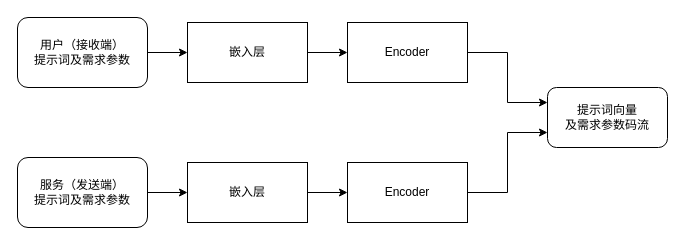
hrf666666/FlowCharts keeps this draw.io diagram as 提示词及需求参数编码模块_视频.drawio. Above is the earlier version. Source tidied: cells renumbered, new cells numbered last; positions are measured from the earlier drawing's top-left corner, leaving out a move shared by most shapes. Both pictures are drawn from the tidied source at 100%, with x=0, y=0 at pixel (17, 17).
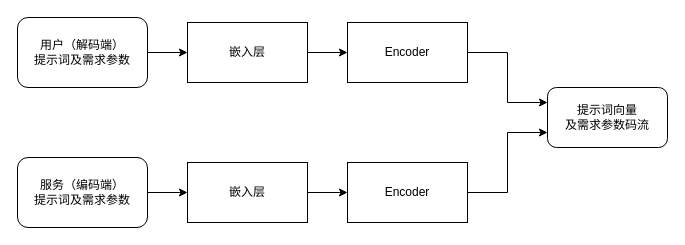
Above is the later version.

Commit message:
更新提示词及需求参数编码模块_视频.drawio

Diff of the diagram source:
```diff
@@
 <mxGraphModel>
   <root>
     <mxCell id="0" />
     <mxCell id="1" parent="0" />
     <mxCell id="2" style="edgeStyle=orthogonalEdgeStyle;rounded=0;jettySize=auto;html=1;entryX=0;entryY=0.5;entryDx=0;entryDy=0;" parent="1" edge="1" source="3" target="12">
       <mxGeometry relative="1" as="geometry" />
     </mxCell>
-    <mxCell id="3" value="用户（接收端）&lt;div&gt;提示词及&lt;span style=&quot;background-color: initial;&quot;&gt;需求参数&lt;/span&gt;&lt;/div&gt;" style="rounded=1;whiteSpace=wrap;html=1;" parent="1" vertex="1">
+    <mxCell id="3" value="用户（解码端）&lt;div&gt;提示词及&lt;span style=&quot;background-color: initial;&quot;&gt;需求参数&lt;/span&gt;&lt;/div&gt;" style="rounded=1;whiteSpace=wrap;html=1;" parent="1" vertex="1">
       <mxGeometry width="130" height="70" as="geometry" />
     </mxCell>
     <mxCell id="4" style="edgeStyle=orthogonalEdgeStyle;rounded=0;jettySize=auto;html=1;entryX=0;entryY=0.5;entryDx=0;entryDy=0;" parent="1" edge="1" source="5" target="14">
       <mxGeometry relative="1" as="geometry" />
     </mxCell>
-    <mxCell id="5" value="服务（发送端）&lt;div&gt;提示词及&lt;span style=&quot;background-color: initial;&quot;&gt;需求参数&lt;/span&gt;&lt;/div&gt;" style="rounded=1;whiteSpace=wrap;html=1;" parent="1" vertex="1">
+    <mxCell id="5" value="服务（编码端）&lt;div&gt;提示词及&lt;span style=&quot;background-color: initial;&quot;&gt;需求参数&lt;/span&gt;&lt;/div&gt;" style="rounded=1;whiteSpace=wrap;html=1;" parent="1" vertex="1">
       <mxGeometry y="140" width="130" height="70" as="geometry" />
     </mxCell>
     <mxCell id="6" style="edgeStyle=orthogonalEdgeStyle;rounded=0;jettySize=auto;html=1;entryX=0;entryY=0.25;entryDx=0;entryDy=0;" parent="1" edge="1" source="7" target="10">
       <mxGeometry relative="1" as="geometry" />
     </mxCell>
     <mxCell id="7" value="Encoder" style="rounded=0;whiteSpace=wrap;html=1;" parent="1" vertex="1">
       <mxGeometry x="330" y="5" width="120" height="60" as="geometry" />
     </mxCell>
     <mxCell id="8" style="edgeStyle=orthogonalEdgeStyle;rounded=0;jettySize=auto;html=1;entryX=0;entryY=0.75;entryDx=0;entryDy=0;" parent="1" edge="1" source="9" target="10">
       <mxGeometry relative="1" as="geometry" />
     </mxCell>
     <mxCell id="9" value="Encoder" style="rounded=0;whiteSpace=wrap;html=1;" parent="1" vertex="1">
       <mxGeometry x="330" y="145" width="120" height="60" as="geometry" />
     </mxCell>
     <mxCell id="10" value="提示词向量&lt;div&gt;及需求参数码流&lt;/div&gt;" style="rounded=1;whiteSpace=wrap;html=1;" parent="1" vertex="1">
       <mxGeometry x="530" y="70" width="120" height="60" as="geometry" />
     </mxCell>
     <mxCell id="11" style="edgeStyle=orthogonalEdgeStyle;rounded=0;jettySize=auto;html=1;entryX=0;entryY=0.5;entryDx=0;entryDy=0;" parent="1" edge="1" source="12" target="7">
       <mxGeometry relative="1" as="geometry" />
     </mxCell>
     <mxCell id="12" value="嵌入层" style="rounded=0;whiteSpace=wrap;html=1;" parent="1" vertex="1">
       <mxGeometry x="170" y="5" width="120" height="60" as="geometry" />
     </mxCell>
     <mxCell id="13" style="edgeStyle=orthogonalEdgeStyle;rounded=0;jettySize=auto;html=1;entryX=0;entryY=0.5;entryDx=0;entryDy=0;" parent="1" edge="1" source="14" target="9">
       <mxGeometry relative="1" as="geometry" />
     </mxCell>
     <mxCell id="14" value="嵌入层" style="rounded=0;whiteSpace=wrap;html=1;" parent="1" vertex="1">
       <mxGeometry x="170" y="145" width="120" height="60" as="geometry" />
     </mxCell>
   </root>
 </mxGraphModel>
```
